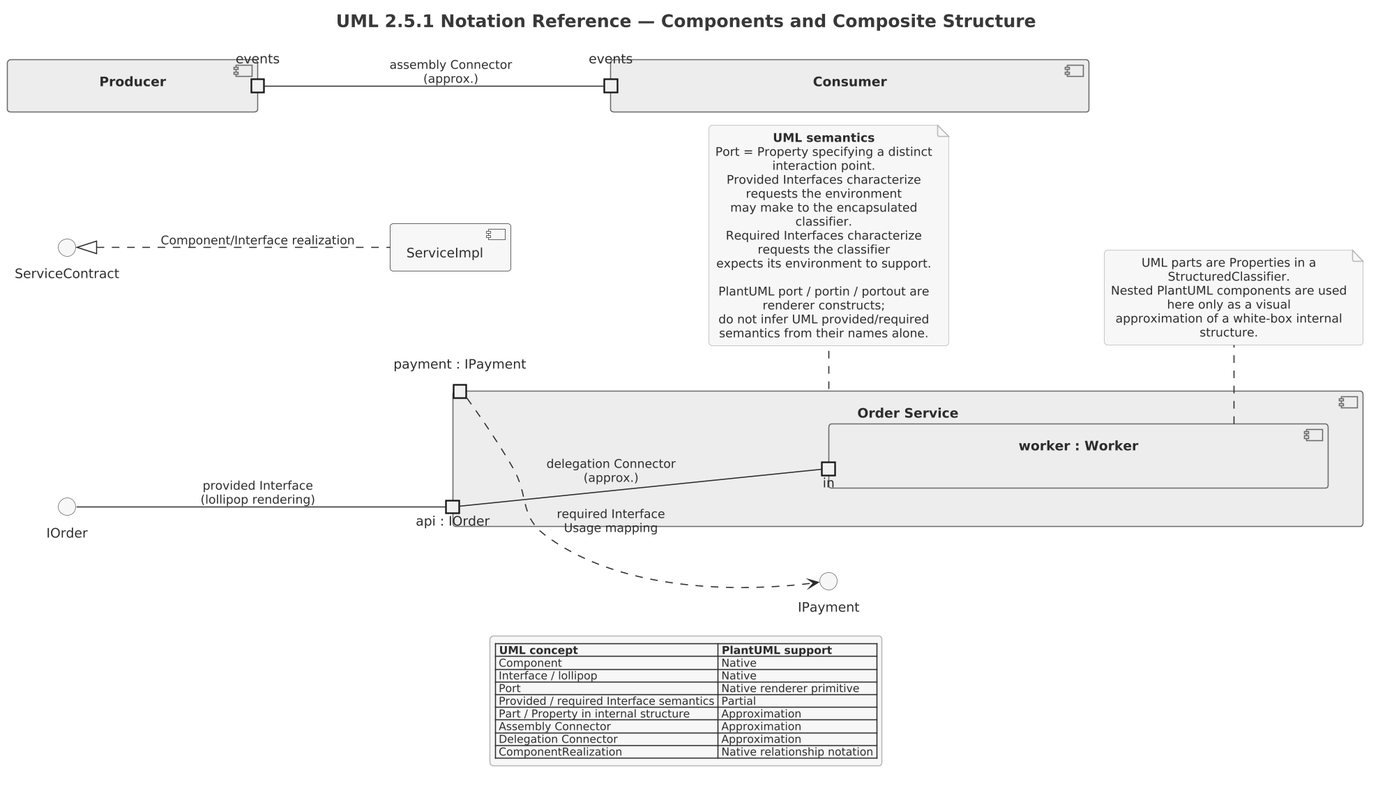
Above: src/architecture/uml/uml-2-5-1-legend/png/03-components-composite-structure.png in Notoriousjayy/latex-docs (PlantUML), before the change.
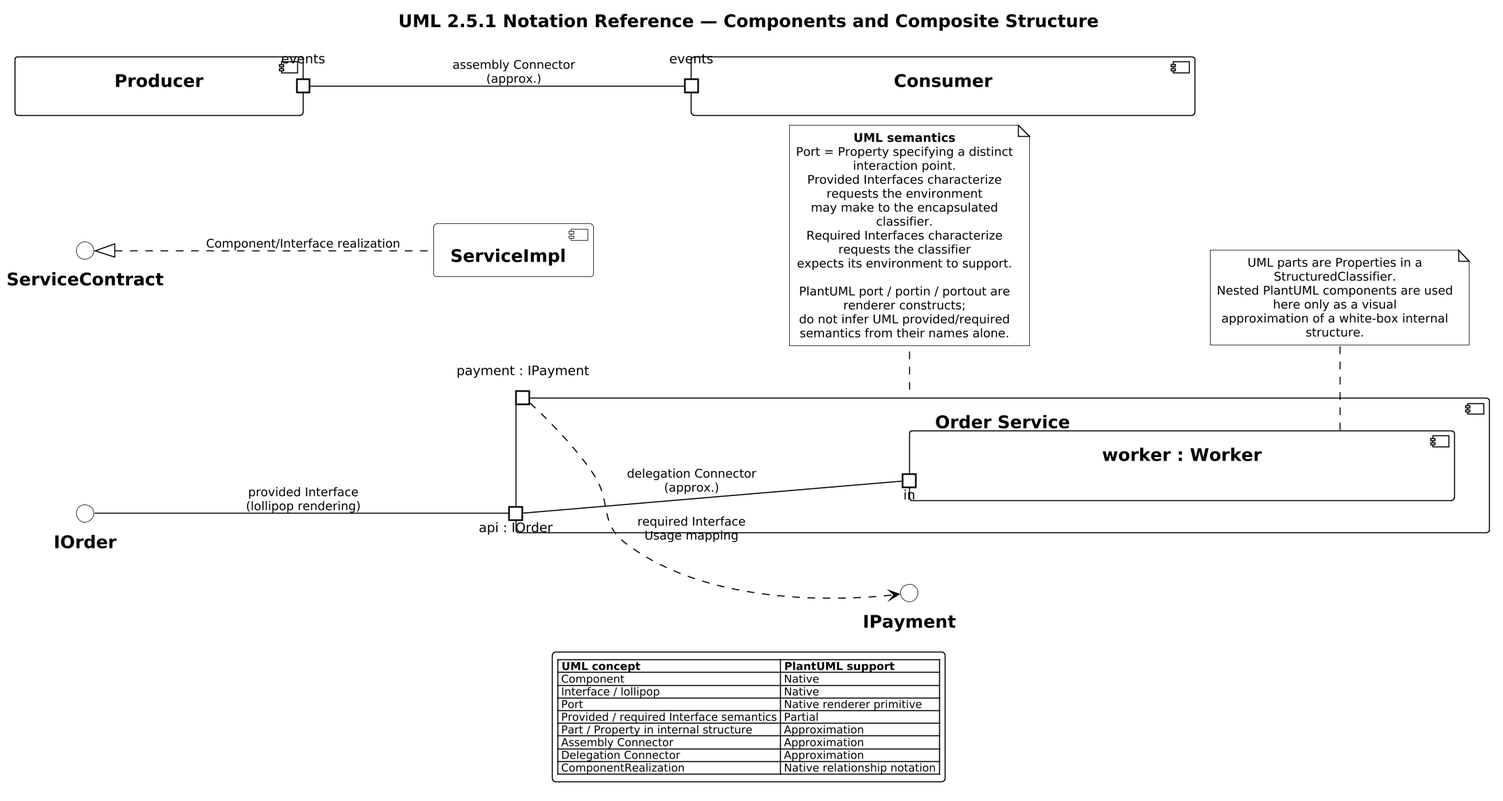
Later version of the same file.

Change to the diagram source:
```diff
@@ -1,6 +1,6 @@
 @startuml
 
-skinparam dpi 150
+scale 1.5625
 
 
 
@@ -8,8 +8,7 @@
 
 title UML 2.5.1 Notation Reference — Components and Composite Structure
 left to right direction
-skinparam monochrome true
-skinparam componentStyle uml2
+UML_MONOCHROME()
 
 component "Order Service" as OrderService {
   port "api : IOrder" as orderApi
```
